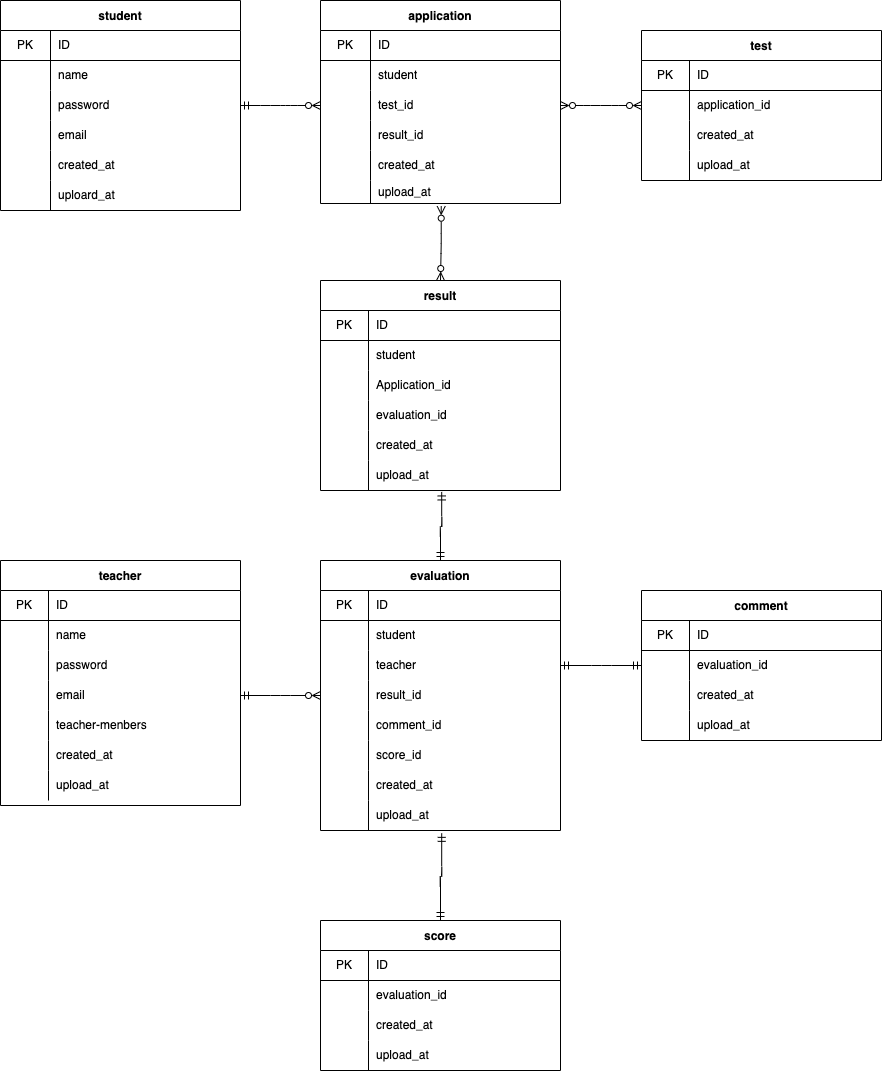
This is index.drawio.png from nishimura87/20220731nishimura, a draw.io export, as it was before one commit. Source tidied: cells renumbered, new cells last; positions are measured from the earlier drawing's top-left corner, leaving out a move shared by most shapes.
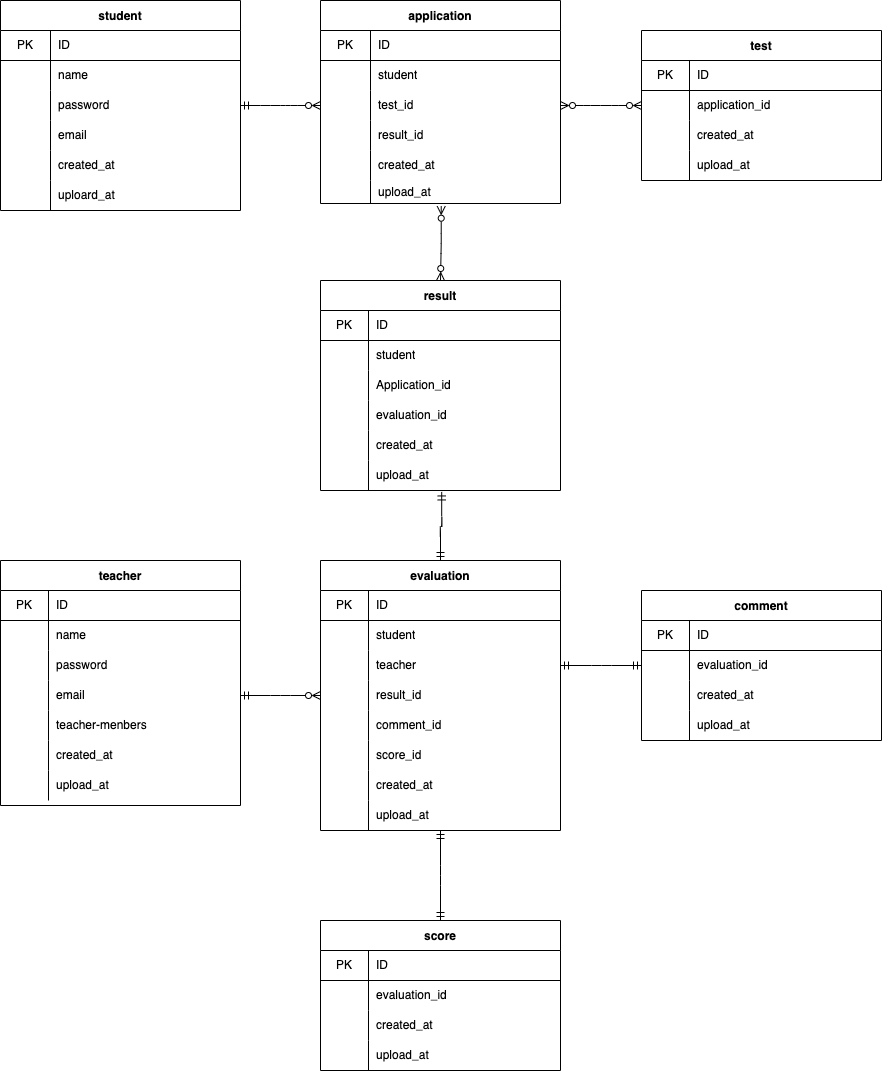
After the commit.

Change to the diagram source:
```diff
@@ -386,8 +386,10 @@
     <mxCell id="129" style="edgeStyle=elbowEdgeStyle;html=1;startArrow=ERmandOne;startFill=0;endArrow=ERmandOne;endFill=0;entryX=1;entryY=0.5;entryDx=0;entryDy=0;exitX=0;exitY=0.5;exitDx=0;exitDy=0;" parent="1" edge="1" source="120" target="85">
       <mxGeometry relative="1" as="geometry" />
     </mxCell>
-    <mxCell id="130" style="edgeStyle=elbowEdgeStyle;elbow=vertical;html=1;startArrow=ERmandOne;startFill=0;endArrow=ERmandOne;endFill=0;exitX=0.505;exitY=1.095;exitDx=0;exitDy=0;exitPerimeter=0;entryX=0.5;entryY=0;entryDx=0;entryDy=0;" parent="1" edge="1" source="100" target="103">
-      <mxGeometry relative="1" as="geometry" />
+    <mxCell id="130" style="edgeStyle=elbowEdgeStyle;elbow=vertical;html=1;startArrow=ERmandOne;startFill=0;endArrow=ERmandOne;endFill=0;entryX=0.5;entryY=0;entryDx=0;entryDy=0;" parent="1" edge="1" target="103">
+      <mxGeometry relative="1" as="geometry">
+        <mxPoint x="440" y="830" as="sourcePoint" />
+      </mxGeometry>
     </mxCell>
     <mxCell id="131" value="result" style="shape=table;startSize=30;rowLines=0;fontStyle=1;align=center;" parent="1" vertex="1">
       <mxGeometry x="320" y="280" width="240" height="210" as="geometry" />
```
